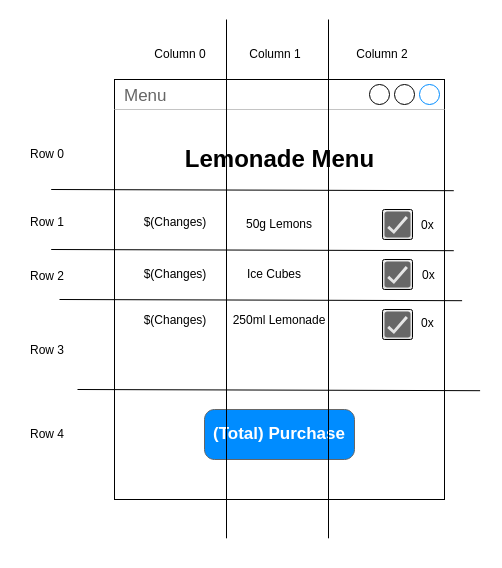
Earlier version of the draw.io diagram lemonade_menu.drawio (MAL-12DGT-2025/tkinter-projects-MichaelHayesMC). Source tidied: cells renumbered, new cells numbered last; positions are measured from the earlier drawing's top-left corner, leaving out a move shared by most shapes. Both pictures are drawn from the tidied source at 100%, with x=0, y=0 at pixel (17, 19).
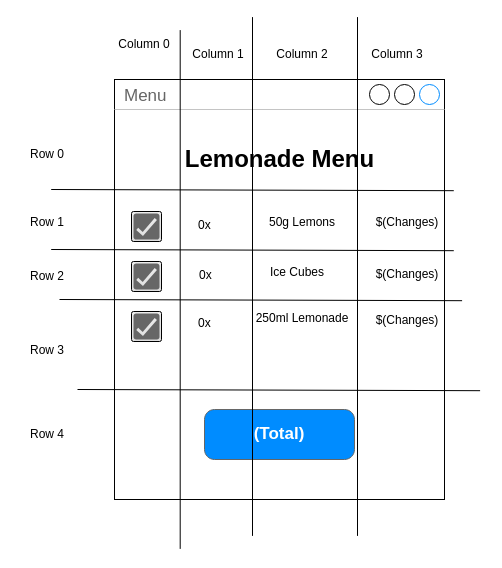
The same diagram, later.

What changed in the source:
```diff
@@
     <mxCell id="4" style="html=1;shadow=0;dashed=0;shape=mxgraph.bootstrap.checkbox2;labelPosition=right;verticalLabelPosition=middle;align=left;verticalAlign=middle;gradientColor=#DEDEDE;fillColor=#EDEDED;checked=0;spacing=5;checkedFill=#0085FC;checkedStroke=#ffffff;sketch=0;" parent="1" vertex="1">
-      <mxGeometry x="365" y="190" width="30" height="30" as="geometry" />
+      <mxGeometry x="114" y="192" width="30" height="30" as="geometry" />
     </mxCell>
     <mxCell id="5" style="html=1;shadow=0;dashed=0;shape=mxgraph.bootstrap.checkbox2;labelPosition=right;verticalLabelPosition=middle;align=left;verticalAlign=middle;gradientColor=#DEDEDE;fillColor=#EDEDED;checked=0;spacing=5;checkedFill=#0085FC;checkedStroke=#ffffff;sketch=0;" parent="1" vertex="1">
-      <mxGeometry x="365" y="240" width="30" height="30" as="geometry" />
+      <mxGeometry x="114" y="242" width="30" height="30" as="geometry" />
     </mxCell>
     <mxCell id="6" style="html=1;shadow=0;dashed=0;shape=mxgraph.bootstrap.checkbox2;labelPosition=right;verticalLabelPosition=middle;align=left;verticalAlign=middle;gradientColor=#DEDEDE;fillColor=#EDEDED;checked=0;spacing=5;checkedFill=#0085FC;checkedStroke=#ffffff;sketch=0;" parent="1" vertex="1">
-      <mxGeometry x="365" y="290" width="30" height="30" as="geometry" />
+      <mxGeometry x="114" y="292" width="30" height="30" as="geometry" />
     </mxCell>
     <mxCell id="7" value="50g Lemons" style="text;html=1;align=center;verticalAlign=middle;whiteSpace=wrap;rounded=0;" parent="1" vertex="1">
-      <mxGeometry x="222" y="190" width="80" height="30" as="geometry" />
+      <mxGeometry x="245" y="188" width="80" height="30" as="geometry" />
     </mxCell>
     <mxCell id="8" value="0x" style="text;strokeColor=none;fillColor=none;align=left;verticalAlign=top;spacingLeft=4;spacingRight=4;overflow=hidden;whiteSpace=wrap;html=1;" parent="1" vertex="1">
-      <mxGeometry x="398" y="192" width="60" height="26" as="geometry" />
+      <mxGeometry x="175" y="192" width="60" height="26" as="geometry" />
     </mxCell>
     <mxCell id="9" value="0x" style="text;strokeColor=none;fillColor=none;align=left;verticalAlign=top;spacingLeft=4;spacingRight=4;overflow=hidden;whiteSpace=wrap;html=1;" parent="1" vertex="1">
-      <mxGeometry x="399" y="242" width="60" height="26" as="geometry" />
+      <mxGeometry x="176" y="242" width="60" height="26" as="geometry" />
     </mxCell>
     <mxCell id="10" value="0x" style="text;strokeColor=none;fillColor=none;align=left;verticalAlign=top;spacingLeft=4;spacingRight=4;overflow=hidden;whiteSpace=wrap;html=1;" parent="1" vertex="1">
-      <mxGeometry x="398" y="290" width="70" height="26" as="geometry" />
+      <mxGeometry x="175" y="290" width="70" height="26" as="geometry" />
     </mxCell>
     <mxCell id="11" style="dashed=0;labelPosition=right;align=left;shape=mxgraph.gmdl.checkbox;strokeColor=none;fillColor=#676767;strokeWidth=2;sketch=0;html=1;" parent="1" vertex="1">
-      <mxGeometry x="367" y="192" width="26" height="26" as="geometry" />
+      <mxGeometry x="116" y="194" width="26" height="26" as="geometry" />
     </mxCell>
     <mxCell id="12" style="dashed=0;labelPosition=right;align=left;shape=mxgraph.gmdl.checkbox;strokeColor=none;fillColor=#676767;strokeWidth=2;sketch=0;html=1;" parent="1" vertex="1">
-      <mxGeometry x="367" y="242" width="26" height="26" as="geometry" />
+      <mxGeometry x="116" y="244" width="26" height="26" as="geometry" />
     </mxCell>
     <mxCell id="13" style="dashed=0;labelPosition=right;align=left;shape=mxgraph.gmdl.checkbox;strokeColor=none;fillColor=#676767;strokeWidth=2;sketch=0;html=1;" parent="1" vertex="1">
-      <mxGeometry x="367" y="292" width="26" height="26" as="geometry" />
+      <mxGeometry x="116" y="294" width="26" height="26" as="geometry" />
     </mxCell>
     <mxCell id="14" value="Ice Cubes" style="text;html=1;align=center;verticalAlign=middle;whiteSpace=wrap;rounded=0;" parent="1" vertex="1">
-      <mxGeometry x="217" y="240" width="80" height="30" as="geometry" />
+      <mxGeometry x="240" y="238" width="80" height="30" as="geometry" />
     </mxCell>
     <mxCell id="15" value="250ml Lemonade" style="text;html=1;align=center;verticalAlign=middle;whiteSpace=wrap;rounded=0;" parent="1" vertex="1">
-      <mxGeometry x="212" y="286" width="100" height="30" as="geometry" />
+      <mxGeometry x="235" y="284" width="100" height="30" as="geometry" />
     </mxCell>
-    <mxCell id="16" value="(Total) Purchase" style="strokeWidth=1;shadow=0;dashed=0;align=center;html=1;shape=mxgraph.mockup.buttons.button;strokeColor=#666666;fontColor=#ffffff;mainText=;buttonStyle=round;fontSize=17;fontStyle=1;fillColor=#008cff;whiteSpace=wrap;" parent="1" vertex="1">
+    <mxCell id="16" value="(Total)" style="strokeWidth=1;shadow=0;dashed=0;align=center;html=1;shape=mxgraph.mockup.buttons.button;strokeColor=#666666;fontColor=#ffffff;mainText=;buttonStyle=round;fontSize=17;fontStyle=1;fillColor=#008cff;whiteSpace=wrap;" parent="1" vertex="1">
       <mxGeometry x="187" y="390" width="150" height="50" as="geometry" />
     </mxCell>
     <mxCell id="17" value="$(Changes)" style="text;html=1;align=center;verticalAlign=middle;whiteSpace=wrap;rounded=0;" parent="1" vertex="1">
-      <mxGeometry x="128" y="188" width="60" height="30" as="geometry" />
+      <mxGeometry x="360" y="188" width="60" height="30" as="geometry" />
     </mxCell>
     <mxCell id="18" value="&lt;span style=&quot;color: rgb(0, 0, 0);&quot;&gt;$(Changes)&lt;/span&gt;" style="text;html=1;align=center;verticalAlign=middle;whiteSpace=wrap;rounded=0;" parent="1" vertex="1">
-      <mxGeometry x="128" y="240" width="60" height="30" as="geometry" />
+      <mxGeometry x="360" y="240" width="60" height="30" as="geometry" />
     </mxCell>
     <mxCell id="19" value="&lt;span style=&quot;color: rgb(0, 0, 0);&quot;&gt;$(Changes)&lt;/span&gt;" style="text;html=1;align=center;verticalAlign=middle;whiteSpace=wrap;rounded=0;" parent="1" vertex="1">
-      <mxGeometry x="128" y="286" width="60" height="30" as="geometry" />
+      <mxGeometry x="360" y="286" width="60" height="30" as="geometry" />
     </mxCell>
     <mxCell id="20" style="endArrow=none;html=1;" parent="1" edge="1">
       <mxGeometry relative="1" as="geometry">
-        <mxPoint x="311" y="518.8" as="sourcePoint" />
-        <mxPoint x="311" as="targetPoint" />
+        <mxPoint x="340" y="516.4" as="sourcePoint" />
+        <mxPoint x="340" y="-2.4" as="targetPoint" />
       </mxGeometry>
     </mxCell>
     <mxCell id="21" style="endArrow=none;html=1;" parent="1" edge="1">
       <mxGeometry relative="1" as="geometry">
-        <mxPoint x="209" y="518.8" as="sourcePoint" />
-        <mxPoint x="209" as="targetPoint" />
+        <mxPoint x="235" y="516.4" as="sourcePoint" />
+        <mxPoint x="235" y="-2.4" as="targetPoint" />
       </mxGeometry>
     </mxCell>
@@
     <mxCell id="26" value="Column 0" style="text;html=1;align=center;verticalAlign=middle;whiteSpace=wrap;rounded=0;" parent="1" vertex="1">
-      <mxGeometry x="133" y="20" width="60" height="30" as="geometry" />
+      <mxGeometry x="97" y="10" width="60" height="30" as="geometry" />
     </mxCell>
     <mxCell id="27" value="Column 1" style="text;html=1;align=center;verticalAlign=middle;whiteSpace=wrap;rounded=0;" parent="1" vertex="1">
-      <mxGeometry x="228" y="20" width="60" height="30" as="geometry" />
+      <mxGeometry x="171" y="20" width="60" height="30" as="geometry" />
     </mxCell>
     <mxCell id="28" value="Column 2" style="text;html=1;align=center;verticalAlign=middle;whiteSpace=wrap;rounded=0;" parent="1" vertex="1">
-      <mxGeometry x="335" y="20" width="60" height="30" as="geometry" />
+      <mxGeometry x="255" y="20" width="60" height="30" as="geometry" />
     </mxCell>
@@
+    <mxCell id="34" style="endArrow=none;html=1;" parent="1" edge="1">
+      <mxGeometry relative="1" as="geometry">
+        <mxPoint x="162.7" y="529.4" as="sourcePoint" />
+        <mxPoint x="162.7" y="10.6" as="targetPoint" />
+      </mxGeometry>
+    </mxCell>
+    <mxCell id="35" value="Column 3" style="text;html=1;align=center;verticalAlign=middle;whiteSpace=wrap;rounded=0;" parent="1" vertex="1">
+      <mxGeometry x="350" y="20" width="60" height="30" as="geometry" />
+    </mxCell>
```
